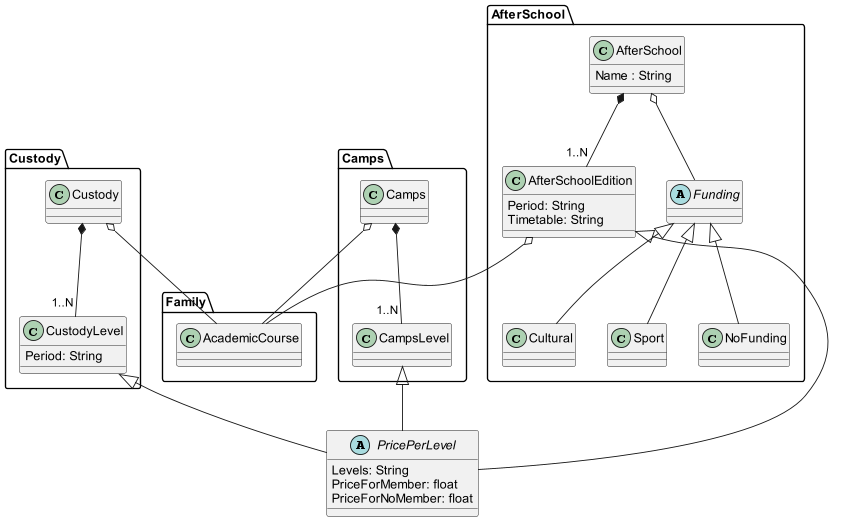
Before: doc/DomainModelDiagram/ActivityPackage/ActivityPackage.png, a diagram exported from PlantUML (IgnacioMaestro/ampa-manager).
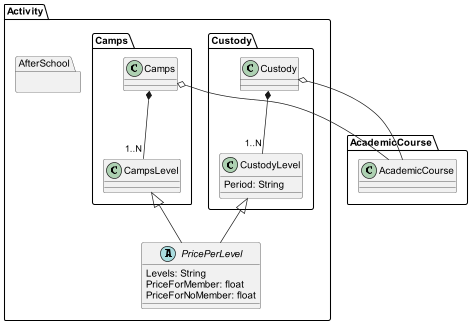
After the change.

Change to the diagram source:
```diff
@@ -1,53 +1,33 @@
 @startuml
-package Family{
+package AcademicCourse{
   class AcademicCourse
 }
-package AfterSchool{
-    class AfterSchool{
-        Name : String
+package Activity{
+    package AfterSchool{}
+    package Custody{
+        class Custody
+        class CustodyLevel{
+            Period: String
+        }
+        Custody *-- "1..N" CustodyLevel: ""
+        Custody o-- AcademicCourse
     }
-    class AfterSchoolEdition{
-        Period: String
-        Timetable: String
+
+    package Camps{
+        class Camps
+        class CampsLevel
+        Camps *-- "1..N" CampsLevel: ""
+        Camps o-- AcademicCourse
     }
-    AfterSchool *-- "1..N" AfterSchoolEdition: ""
-    AfterSchoolEdition o-- AcademicCourse
 
-  abstract class Funding
-  class Cultural
-  class Sport
-  class NoFunding
-  Funding <|-- Cultural
-  Funding <|-- Sport
-  Funding <|-- NoFunding
+    abstract class PricePerLevel{
+        Levels: String
+        PriceForMember: float
+        PriceForNoMember: float
+    }
 
-  AfterSchool o-- Funding
-
-}
-package Custody{
-    class Custody
-    class CustodyLevel{
-        Period: String
-    }
-    Custody *-- "1..N" CustodyLevel: ""
-    Custody o-- AcademicCourse
+    CampsLevel <|-- PricePerLevel
+    CustodyLevel <|-- PricePerLevel
 }
 
-package Camps{
-    class Camps
-    class CampsLevel
-    Camps *-- "1..N" CampsLevel: ""
-    Camps o-- AcademicCourse
-}
-
-abstract class PricePerLevel{
-    Levels: String
-    PriceForMember: float
-    PriceForNoMember: float
-}
-
-CampsLevel <|-- PricePerLevel
-AfterSchoolEdition <|-- PricePerLevel
-CustodyLevel <|-- PricePerLevel
-
 @enduml
```
